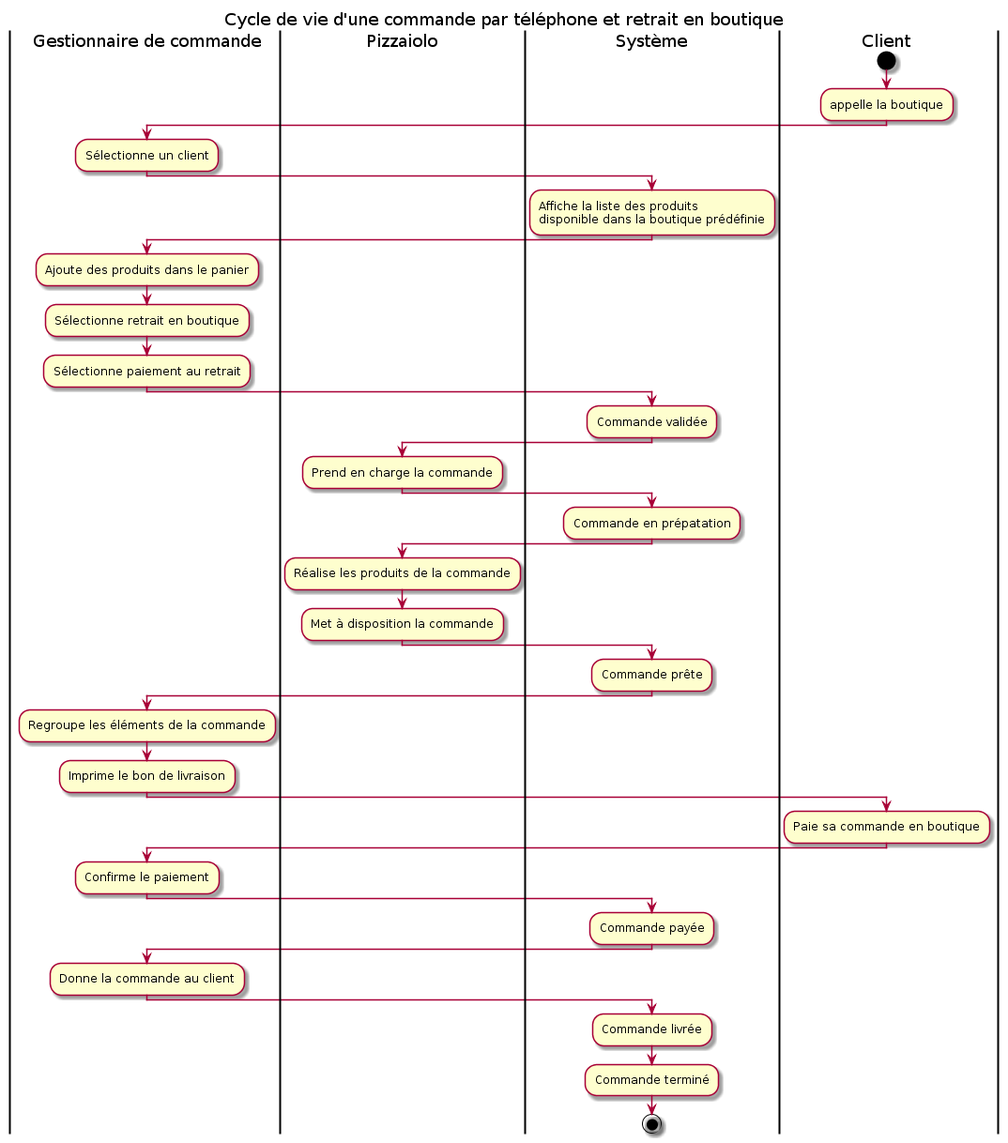
Before: v4/img/04_workflow2.png, a diagram exported from PlantUML (Zepmanbc/oc_dapython_pr4).
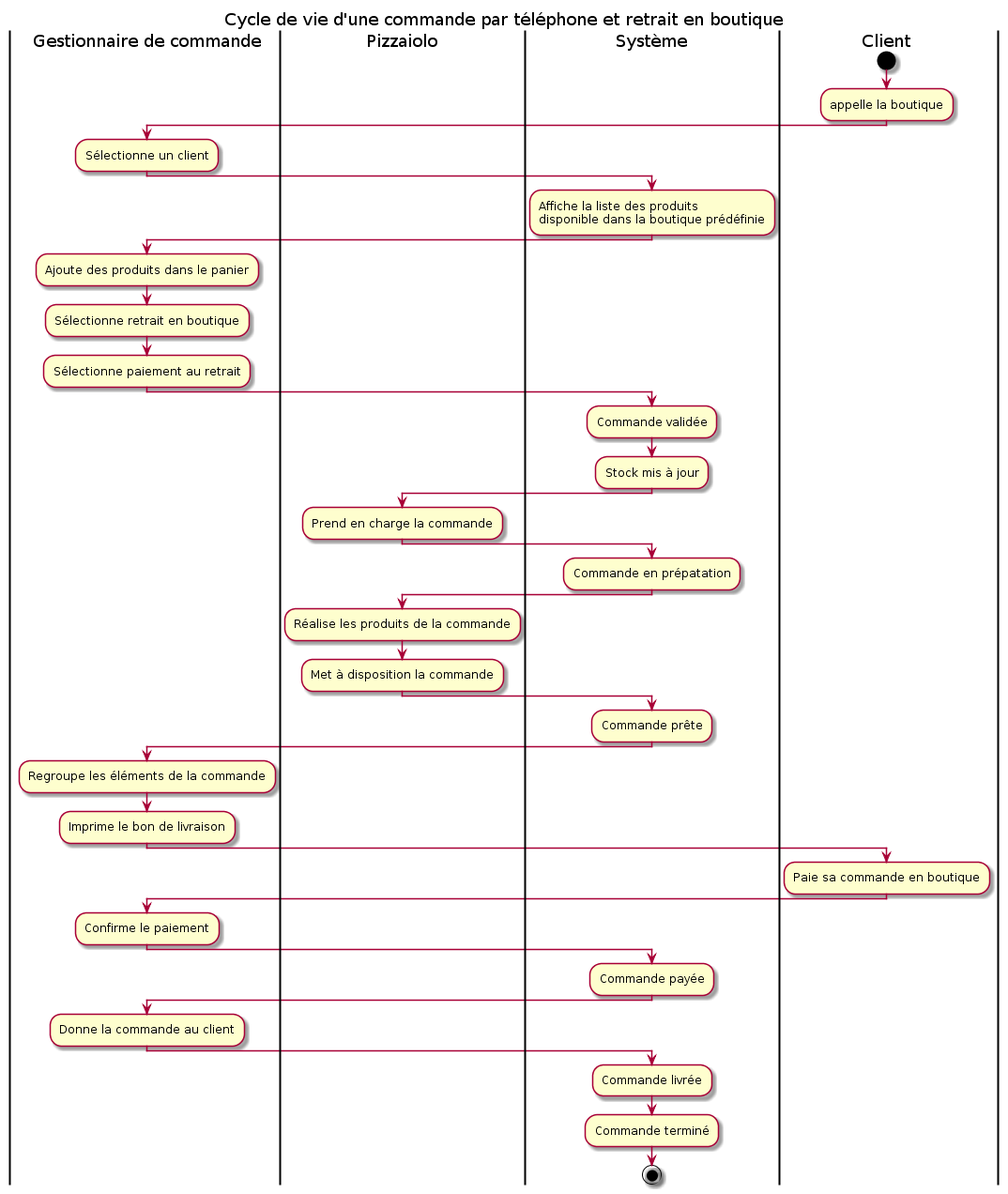
Above is the later version.

Commit message:
ajout livrer + ajour stock dans workflow

What changed in the source:
```diff
@@ -21,6 +21,7 @@
 :Sélectionne paiement au retrait;
 |Système|
 :Commande validée;
+:Stock mis à jour;
 |Pizzaiolo|
 :Prend en charge la commande;
 |Système|
```
